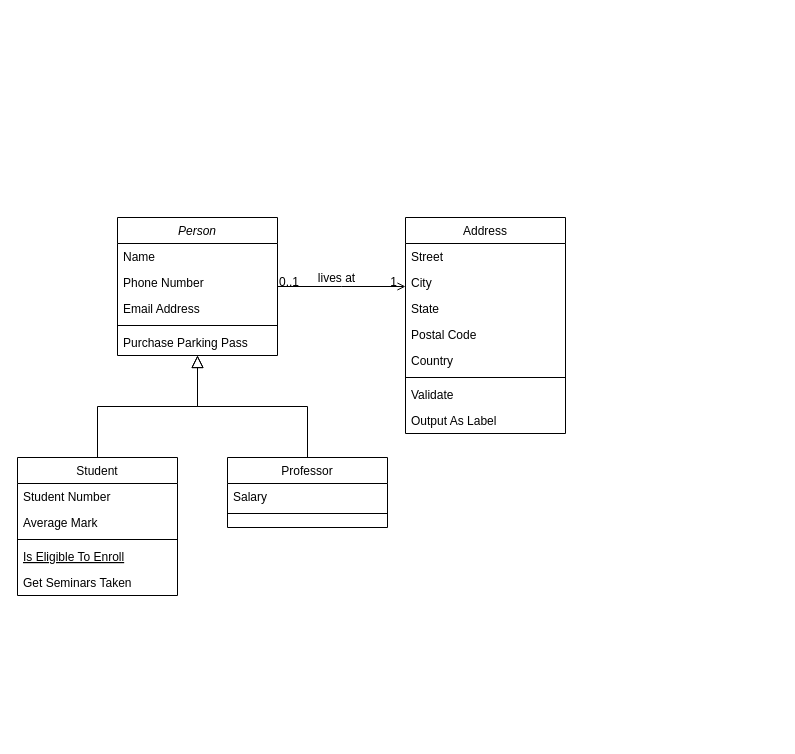
Before: Singleton Pattern/单例模式.drawio in xiongwei233/Design-Patterns, a draw.io diagram. Source tidied: cells renumbered, new cells numbered last; positions are measured from the earlier drawing's top-left corner, leaving out a move shared by most shapes. Both pictures are drawn from the tidied source at 100%, with x=0, y=0 at pixel (17, 217).
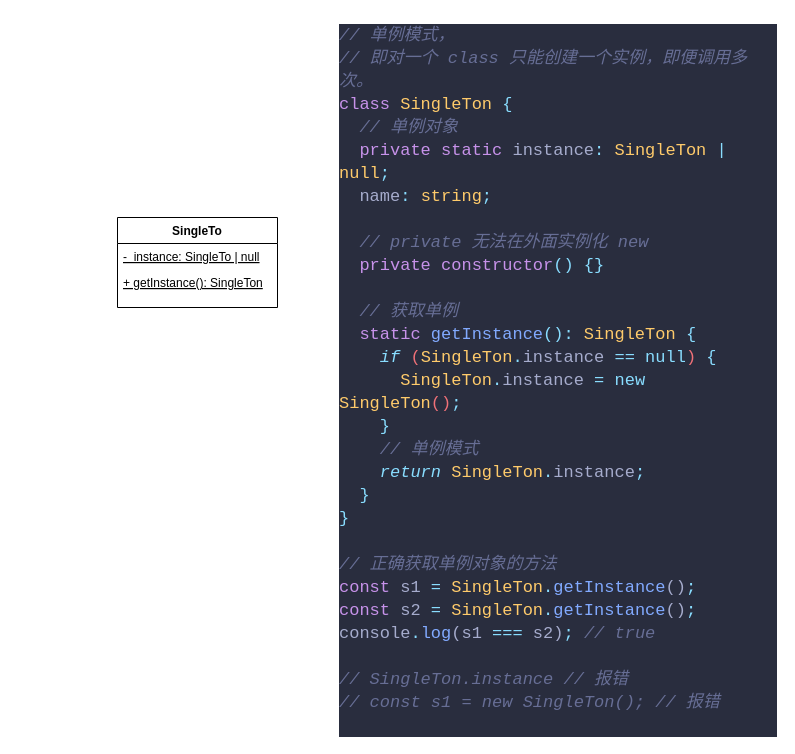
The same page after the edit.

Commit message:
更新单例模式.drawio

What changed in the source:
```diff
@@
-    <mxCell id="2" value="Person" style="swimlane;fontStyle=2;align=center;verticalAlign=top;horizontal=1;startSize=26;rounded=0;shadow=0;strokeWidth=1;" parent="1" vertex="1">
-      <mxGeometry x="100" width="160" height="138" as="geometry" />
+    <mxCell id="2" value="SingleTo" style="swimlane;fontStyle=1;align=center;verticalAlign=top;horizontal=1;startSize=26;rounded=0;shadow=0;strokeWidth=1;" parent="1" vertex="1">
+      <mxGeometry x="100" width="160" height="90" as="geometry" />
     </mxCell>
-    <mxCell id="3" value="Name" style="text;align=left;verticalAlign=top;spacingLeft=4;spacingRight=4;overflow=hidden;" parent="2" vertex="1">
+    <mxCell id="3" value="-  instance: SingleTo | null" style="text;align=left;verticalAlign=top;spacingLeft=4;spacingRight=4;overflow=hidden;fontStyle=4;" parent="2" vertex="1">
       <mxGeometry y="26" width="160" height="26" as="geometry" />
     </mxCell>
-    <mxCell id="4" value="Phone Number" style="text;align=left;verticalAlign=top;spacingLeft=4;spacingRight=4;overflow=hidden;rounded=0;shadow=0;html=0;" parent="2" vertex="1">
+    <mxCell id="4" value="+ getInstance(): SingleTon" style="text;align=left;verticalAlign=top;spacingLeft=4;spacingRight=4;overflow=hidden;rounded=0;shadow=0;html=0;fontStyle=4;" parent="2" vertex="1">
       <mxGeometry y="52" width="160" height="26" as="geometry" />
     </mxCell>
-    <mxCell id="5" value="Email Address" style="text;align=left;verticalAlign=top;spacingLeft=4;spacingRight=4;overflow=hidden;rounded=0;shadow=0;html=0;" parent="2" vertex="1">
-      <mxGeometry y="78" width="160" height="26" as="geometry" />
-    </mxCell>
-    <mxCell id="6" style="line;html=1;strokeWidth=1;align=left;verticalAlign=middle;spacingTop=-1;spacingLeft=3;spacingRight=3;labelPosition=right;" parent="2" vertex="1">
-      <mxGeometry y="104" width="160" height="8" as="geometry" />
-    </mxCell>
-    <mxCell id="7" value="Purchase Parking Pass" style="text;align=left;verticalAlign=top;spacingLeft=4;spacingRight=4;overflow=hidden;" parent="2" vertex="1">
-      <mxGeometry y="112" width="160" height="26" as="geometry" />
-    </mxCell>
-    <mxCell id="8" value="Student" style="swimlane;fontStyle=0;align=center;verticalAlign=top;horizontal=1;startSize=26;rounded=0;shadow=0;strokeWidth=1;" parent="1" vertex="1">
-      <mxGeometry y="240" width="160" height="138" as="geometry" />
-    </mxCell>
-    <mxCell id="9" value="Student Number" style="text;align=left;verticalAlign=top;spacingLeft=4;spacingRight=4;overflow=hidden;" parent="8" vertex="1">
-      <mxGeometry y="26" width="160" height="26" as="geometry" />
-    </mxCell>
-    <mxCell id="10" value="Average Mark" style="text;align=left;verticalAlign=top;spacingLeft=4;spacingRight=4;overflow=hidden;rounded=0;shadow=0;html=0;" parent="8" vertex="1">
-      <mxGeometry y="52" width="160" height="26" as="geometry" />
-    </mxCell>
-    <mxCell id="11" style="line;html=1;strokeWidth=1;align=left;verticalAlign=middle;spacingTop=-1;spacingLeft=3;spacingRight=3;labelPosition=right;" parent="8" vertex="1">
-      <mxGeometry y="78" width="160" height="8" as="geometry" />
-    </mxCell>
-    <mxCell id="12" value="Is Eligible To Enroll" style="text;align=left;verticalAlign=top;spacingLeft=4;spacingRight=4;overflow=hidden;fontStyle=4;" parent="8" vertex="1">
-      <mxGeometry y="86" width="160" height="26" as="geometry" />
-    </mxCell>
-    <mxCell id="13" value="Get Seminars Taken" style="text;align=left;verticalAlign=top;spacingLeft=4;spacingRight=4;overflow=hidden;" parent="8" vertex="1">
-      <mxGeometry y="112" width="160" height="26" as="geometry" />
-    </mxCell>
-    <mxCell id="14" style="endArrow=block;endSize=10;endFill=0;shadow=0;strokeWidth=1;rounded=0;edgeStyle=elbowEdgeStyle;elbow=vertical;" parent="1" edge="1" source="8" target="2">
-      <mxGeometry relative="1" as="geometry" />
-    </mxCell>
-    <mxCell id="15" value="Professor" style="swimlane;fontStyle=0;align=center;verticalAlign=top;horizontal=1;startSize=26;rounded=0;shadow=0;strokeWidth=1;" parent="1" vertex="1">
-      <mxGeometry x="210" y="240" width="160" height="70" as="geometry" />
-    </mxCell>
-    <mxCell id="16" value="Salary" style="text;align=left;verticalAlign=top;spacingLeft=4;spacingRight=4;overflow=hidden;" parent="15" vertex="1">
-      <mxGeometry y="26" width="160" height="26" as="geometry" />
-    </mxCell>
-    <mxCell id="17" style="line;html=1;strokeWidth=1;align=left;verticalAlign=middle;spacingTop=-1;spacingLeft=3;spacingRight=3;labelPosition=right;" parent="15" vertex="1">
-      <mxGeometry y="52" width="160" height="8" as="geometry" />
-    </mxCell>
-    <mxCell id="18" style="endArrow=block;endSize=10;endFill=0;shadow=0;strokeWidth=1;rounded=0;edgeStyle=elbowEdgeStyle;elbow=vertical;" parent="1" edge="1" source="15" target="2">
-      <mxGeometry relative="1" as="geometry" />
-    </mxCell>
-    <mxCell id="19" value="Address" style="swimlane;fontStyle=0;align=center;verticalAlign=top;horizontal=1;startSize=26;rounded=0;shadow=0;strokeWidth=1;" parent="1" vertex="1">
-      <mxGeometry x="388" width="160" height="216" as="geometry" />
-    </mxCell>
-    <mxCell id="20" value="Street" style="text;align=left;verticalAlign=top;spacingLeft=4;spacingRight=4;overflow=hidden;" parent="19" vertex="1">
-      <mxGeometry y="26" width="160" height="26" as="geometry" />
-    </mxCell>
-    <mxCell id="21" value="City" style="text;align=left;verticalAlign=top;spacingLeft=4;spacingRight=4;overflow=hidden;rounded=0;shadow=0;html=0;" parent="19" vertex="1">
-      <mxGeometry y="52" width="160" height="26" as="geometry" />
-    </mxCell>
-    <mxCell id="22" value="State" style="text;align=left;verticalAlign=top;spacingLeft=4;spacingRight=4;overflow=hidden;rounded=0;shadow=0;html=0;" parent="19" vertex="1">
-      <mxGeometry y="78" width="160" height="26" as="geometry" />
-    </mxCell>
-    <mxCell id="23" value="Postal Code" style="text;align=left;verticalAlign=top;spacingLeft=4;spacingRight=4;overflow=hidden;rounded=0;shadow=0;html=0;" parent="19" vertex="1">
-      <mxGeometry y="104" width="160" height="26" as="geometry" />
-    </mxCell>
-    <mxCell id="24" value="Country" style="text;align=left;verticalAlign=top;spacingLeft=4;spacingRight=4;overflow=hidden;rounded=0;shadow=0;html=0;" parent="19" vertex="1">
-      <mxGeometry y="130" width="160" height="26" as="geometry" />
-    </mxCell>
-    <mxCell id="25" style="line;html=1;strokeWidth=1;align=left;verticalAlign=middle;spacingTop=-1;spacingLeft=3;spacingRight=3;labelPosition=right;" parent="19" vertex="1">
-      <mxGeometry y="156" width="160" height="8" as="geometry" />
-    </mxCell>
-    <mxCell id="26" value="Validate" style="text;align=left;verticalAlign=top;spacingLeft=4;spacingRight=4;overflow=hidden;" parent="19" vertex="1">
-      <mxGeometry y="164" width="160" height="26" as="geometry" />
-    </mxCell>
-    <mxCell id="27" value="Output As Label" style="text;align=left;verticalAlign=top;spacingLeft=4;spacingRight=4;overflow=hidden;" parent="19" vertex="1">
-      <mxGeometry y="190" width="160" height="26" as="geometry" />
-    </mxCell>
-    <mxCell id="28" style="endArrow=open;shadow=0;strokeWidth=1;rounded=0;endFill=1;edgeStyle=elbowEdgeStyle;elbow=vertical;" parent="1" edge="1" source="2" target="19">
-      <mxGeometry x="0.5" y="41" relative="1" as="geometry">
-        <mxPoint x="-40" y="32" as="offset" />
-      </mxGeometry>
-    </mxCell>
-    <mxCell id="29" value="0..1" style="align=left;verticalAlign=bottom;labelBackgroundColor=none;fontSize=12;" parent="28" vertex="1">
-      <mxGeometry x="-1" relative="1" as="geometry">
-        <mxPoint y="4" as="offset" />
-      </mxGeometry>
-    </mxCell>
-    <mxCell id="30" value="1" style="align=right;verticalAlign=bottom;labelBackgroundColor=none;fontSize=12;" parent="28" vertex="1">
-      <mxGeometry x="1" relative="1" as="geometry">
-        <mxPoint x="-7" y="4" as="offset" />
-      </mxGeometry>
-    </mxCell>
-    <mxCell id="31" value="lives at" style="text;html=1;align=center;verticalAlign=middle;labelBackgroundColor=none;rounded=0;shadow=0;strokeWidth=1;fontSize=12;" parent="28" vertex="1">
-      <mxGeometry x="0.5" y="49" relative="1" as="geometry">
-        <mxPoint x="-38" y="40" as="offset" />
-      </mxGeometry>
-    </mxCell>
+    <mxCell id="32" value="&lt;div style=&quot;color: rgb(166, 172, 205); background-color: rgb(41, 45, 62); font-family: Consolas, &amp;quot;Courier New&amp;quot;, monospace; font-weight: normal; font-size: 17px; line-height: 23px;&quot;&gt;&lt;div&gt;&lt;span style=&quot;color: #676e95;font-style: italic;&quot;&gt;// 单例模式，&lt;/span&gt;&lt;/div&gt;&lt;div&gt;&lt;span style=&quot;color: #676e95;font-style: italic;&quot;&gt;// 即对一个 class 只能创建一个实例，即便调用多次。&lt;/span&gt;&lt;/div&gt;&lt;div&gt;&lt;span style=&quot;color: #c792ea;&quot;&gt;class&lt;/span&gt;&lt;span style=&quot;color: #a6accd;&quot;&gt; &lt;/span&gt;&lt;span style=&quot;color: #ffcb6b;&quot;&gt;SingleTon&lt;/span&gt;&lt;span style=&quot;color: #a6accd;&quot;&gt; &lt;/span&gt;&lt;span style=&quot;color: #89ddff;&quot;&gt;{&lt;/span&gt;&lt;/div&gt;&lt;div&gt;&lt;span style=&quot;color: #89ddff;&quot;&gt;&amp;nbsp; &lt;/span&gt;&lt;span style=&quot;color: #676e95;font-style: italic;&quot;&gt;// 单例对象&lt;/span&gt;&lt;/div&gt;&lt;div&gt;&lt;span style=&quot;color: #a6accd;&quot;&gt;&amp;nbsp; &lt;/span&gt;&lt;span style=&quot;color: #c792ea;&quot;&gt;private&lt;/span&gt;&lt;span style=&quot;color: #a6accd;&quot;&gt; &lt;/span&gt;&lt;span style=&quot;color: #c792ea;&quot;&gt;static&lt;/span&gt;&lt;span style=&quot;color: #a6accd;&quot;&gt; &lt;/span&gt;&lt;span style=&quot;color: #a6accd;&quot;&gt;instance&lt;/span&gt;&lt;span style=&quot;color: #89ddff;&quot;&gt;:&lt;/span&gt;&lt;span style=&quot;color: #a6accd;&quot;&gt; &lt;/span&gt;&lt;span style=&quot;color: #ffcb6b;&quot;&gt;SingleTon&lt;/span&gt;&lt;span style=&quot;color: #a6accd;&quot;&gt; &lt;/span&gt;&lt;span style=&quot;color: #89ddff;&quot;&gt;|&lt;/span&gt;&lt;span style=&quot;color: #a6accd;&quot;&gt; &lt;/span&gt;&lt;span style=&quot;color: #ffcb6b;&quot;&gt;null&lt;/span&gt;&lt;span style=&quot;color: #89ddff;&quot;&gt;;&lt;/span&gt;&lt;/div&gt;&lt;div&gt;&lt;span style=&quot;color: #a6accd;&quot;&gt;&amp;nbsp; &lt;/span&gt;&lt;span style=&quot;color: #a6accd;&quot;&gt;name&lt;/span&gt;&lt;span style=&quot;color: #89ddff;&quot;&gt;:&lt;/span&gt;&lt;span style=&quot;color: #a6accd;&quot;&gt; &lt;/span&gt;&lt;span style=&quot;color: #ffcb6b;&quot;&gt;string&lt;/span&gt;&lt;span style=&quot;color: #89ddff;&quot;&gt;;&lt;/span&gt;&lt;/div&gt;&lt;br&gt;&lt;div&gt;&lt;span style=&quot;color: #89ddff;&quot;&gt;&amp;nbsp; &lt;/span&gt;&lt;span style=&quot;color: #676e95;font-style: italic;&quot;&gt;// private 无法在外面实例化 new&lt;/span&gt;&lt;/div&gt;&lt;div&gt;&lt;span style=&quot;color: #a6accd;&quot;&gt;&amp;nbsp; &lt;/span&gt;&lt;span style=&quot;color: #c792ea;&quot;&gt;private&lt;/span&gt;&lt;span style=&quot;color: #a6accd;&quot;&gt; &lt;/span&gt;&lt;span style=&quot;color: #c792ea;&quot;&gt;constructor&lt;/span&gt;&lt;span style=&quot;color: #89ddff;&quot;&gt;()&lt;/span&gt;&lt;span style=&quot;color: #a6accd;&quot;&gt; &lt;/span&gt;&lt;span style=&quot;color: #89ddff;&quot;&gt;{}&lt;/span&gt;&lt;/div&gt;&lt;br&gt;&lt;div&gt;&lt;span style=&quot;color: #89ddff;&quot;&gt;&amp;nbsp; &lt;/span&gt;&lt;span style=&quot;color: #676e95;font-style: italic;&quot;&gt;// 获取单例&lt;/span&gt;&lt;/div&gt;&lt;div&gt;&lt;span style=&quot;color: #a6accd;&quot;&gt;&amp;nbsp; &lt;/span&gt;&lt;span style=&quot;color: #c792ea;&quot;&gt;static&lt;/span&gt;&lt;span style=&quot;color: #a6accd;&quot;&gt; &lt;/span&gt;&lt;span style=&quot;color: #82aaff;&quot;&gt;getInstance&lt;/span&gt;&lt;span style=&quot;color: #89ddff;&quot;&gt;():&lt;/span&gt;&lt;span style=&quot;color: #a6accd;&quot;&gt; &lt;/span&gt;&lt;span style=&quot;color: #ffcb6b;&quot;&gt;SingleTon&lt;/span&gt;&lt;span style=&quot;color: #a6accd;&quot;&gt; &lt;/span&gt;&lt;span style=&quot;color: #89ddff;&quot;&gt;{&lt;/span&gt;&lt;/div&gt;&lt;div&gt;&lt;span style=&quot;color: #f07178;&quot;&gt;&amp;nbsp; &amp;nbsp; &lt;/span&gt;&lt;span style=&quot;color: #89ddff;font-style: italic;&quot;&gt;if&lt;/span&gt;&lt;span style=&quot;color: #f07178;&quot;&gt; (&lt;/span&gt;&lt;span style=&quot;color: #ffcb6b;&quot;&gt;SingleTon&lt;/span&gt;&lt;span style=&quot;color: #89ddff;&quot;&gt;.&lt;/span&gt;&lt;span style=&quot;color: #a6accd;&quot;&gt;instance&lt;/span&gt;&lt;span style=&quot;color: #f07178;&quot;&gt; &lt;/span&gt;&lt;span style=&quot;color: #89ddff;&quot;&gt;==&lt;/span&gt;&lt;span style=&quot;color: #f07178;&quot;&gt; &lt;/span&gt;&lt;span style=&quot;color: #89ddff;&quot;&gt;null&lt;/span&gt;&lt;span style=&quot;color: #f07178;&quot;&gt;) &lt;/span&gt;&lt;span style=&quot;color: #89ddff;&quot;&gt;{&lt;/span&gt;&lt;/div&gt;&lt;div&gt;&lt;span style=&quot;color: #f07178;&quot;&gt;&amp;nbsp; &amp;nbsp; &amp;nbsp; &lt;/span&gt;&lt;span style=&quot;color: #ffcb6b;&quot;&gt;SingleTon&lt;/span&gt;&lt;span style=&quot;color: #89ddff;&quot;&gt;.&lt;/span&gt;&lt;span style=&quot;color: #a6accd;&quot;&gt;instance&lt;/span&gt;&lt;span style=&quot;color: #f07178;&quot;&gt; &lt;/span&gt;&lt;span style=&quot;color: #89ddff;&quot;&gt;=&lt;/span&gt;&lt;span style=&quot;color: #f07178;&quot;&gt; &lt;/span&gt;&lt;span style=&quot;color: #89ddff;&quot;&gt;new&lt;/span&gt;&lt;span style=&quot;color: #f07178;&quot;&gt; &lt;/span&gt;&lt;span style=&quot;color: #ffcb6b;&quot;&gt;SingleTon&lt;/span&gt;&lt;span style=&quot;color: #f07178;&quot;&gt;()&lt;/span&gt;&lt;span style=&quot;color: #89ddff;&quot;&gt;;&lt;/span&gt;&lt;/div&gt;&lt;div&gt;&lt;span style=&quot;color: #f07178;&quot;&gt;&amp;nbsp; &amp;nbsp; &lt;/span&gt;&lt;span style=&quot;color: #89ddff;&quot;&gt;}&lt;/span&gt;&lt;/div&gt;&lt;div&gt;&lt;span style=&quot;color: #89ddff;&quot;&gt;&amp;nbsp; &amp;nbsp; &lt;/span&gt;&lt;span style=&quot;color: #676e95;font-style: italic;&quot;&gt;// 单例模式&lt;/span&gt;&lt;/div&gt;&lt;div&gt;&lt;span style=&quot;color: #f07178;&quot;&gt;&amp;nbsp; &amp;nbsp; &lt;/span&gt;&lt;span style=&quot;color: #89ddff;font-style: italic;&quot;&gt;return&lt;/span&gt;&lt;span style=&quot;color: #f07178;&quot;&gt; &lt;/span&gt;&lt;span style=&quot;color: #ffcb6b;&quot;&gt;SingleTon&lt;/span&gt;&lt;span style=&quot;color: #89ddff;&quot;&gt;.&lt;/span&gt;&lt;span style=&quot;color: #a6accd;&quot;&gt;instance&lt;/span&gt;&lt;span style=&quot;color: #89ddff;&quot;&gt;;&lt;/span&gt;&lt;/div&gt;&lt;div&gt;&lt;span style=&quot;color: #f07178;&quot;&gt;&amp;nbsp; &lt;/span&gt;&lt;span style=&quot;color: #89ddff;&quot;&gt;}&lt;/span&gt;&lt;/div&gt;&lt;div&gt;&lt;span style=&quot;color: #89ddff;&quot;&gt;}&lt;/span&gt;&lt;/div&gt;&lt;div&gt;&lt;span style=&quot;color: #89ddff;&quot;&gt;&lt;br&gt;&lt;/span&gt;&lt;/div&gt;&lt;span style=&quot;color: rgb(103, 110, 149); font-style: italic;&quot;&gt;// 正确获取单例对象的方法&lt;/span&gt;&lt;br&gt;&lt;div&gt;&lt;span style=&quot;color: #c792ea;&quot;&gt;const&lt;/span&gt;&lt;span style=&quot;color: #a6accd;&quot;&gt; &lt;/span&gt;&lt;span style=&quot;color: #a6accd;&quot;&gt;s1&lt;/span&gt;&lt;span style=&quot;color: #a6accd;&quot;&gt; &lt;/span&gt;&lt;span style=&quot;color: #89ddff;&quot;&gt;=&lt;/span&gt;&lt;span style=&quot;color: #a6accd;&quot;&gt; &lt;/span&gt;&lt;span style=&quot;color: #ffcb6b;&quot;&gt;SingleTon&lt;/span&gt;&lt;span style=&quot;color: #89ddff;&quot;&gt;.&lt;/span&gt;&lt;span style=&quot;color: #82aaff;&quot;&gt;getInstance&lt;/span&gt;&lt;span style=&quot;color: #a6accd;&quot;&gt;()&lt;/span&gt;&lt;span style=&quot;color: #89ddff;&quot;&gt;;&lt;/span&gt;&lt;span style=&quot;color: #a6accd;&quot;&gt;&amp;nbsp;&lt;/span&gt;&lt;/div&gt;&lt;div&gt;&lt;span style=&quot;color: #c792ea;&quot;&gt;const&lt;/span&gt;&lt;span style=&quot;color: #a6accd;&quot;&gt; &lt;/span&gt;&lt;span style=&quot;color: #a6accd;&quot;&gt;s2&lt;/span&gt;&lt;span style=&quot;color: #a6accd;&quot;&gt; &lt;/span&gt;&lt;span style=&quot;color: #89ddff;&quot;&gt;=&lt;/span&gt;&lt;span style=&quot;color: #a6accd;&quot;&gt; &lt;/span&gt;&lt;span style=&quot;color: #ffcb6b;&quot;&gt;SingleTon&lt;/span&gt;&lt;span style=&quot;color: #89ddff;&quot;&gt;.&lt;/span&gt;&lt;span style=&quot;color: #82aaff;&quot;&gt;getInstance&lt;/span&gt;&lt;span style=&quot;color: #a6accd;&quot;&gt;()&lt;/span&gt;&lt;span style=&quot;color: #89ddff;&quot;&gt;;&lt;/span&gt;&lt;/div&gt;&lt;div&gt;&lt;span style=&quot;color: #a6accd;&quot;&gt;console&lt;/span&gt;&lt;span style=&quot;color: #89ddff;&quot;&gt;.&lt;/span&gt;&lt;span style=&quot;color: #82aaff;&quot;&gt;log&lt;/span&gt;&lt;span style=&quot;color: #a6accd;&quot;&gt;(&lt;/span&gt;&lt;span style=&quot;color: #a6accd;&quot;&gt;s1&lt;/span&gt;&lt;span style=&quot;color: #a6accd;&quot;&gt; &lt;/span&gt;&lt;span style=&quot;color: #89ddff;&quot;&gt;===&lt;/span&gt;&lt;span style=&quot;color: #a6accd;&quot;&gt; &lt;/span&gt;&lt;span style=&quot;color: #a6accd;&quot;&gt;s2&lt;/span&gt;&lt;span style=&quot;color: #a6accd;&quot;&gt;)&lt;/span&gt;&lt;span style=&quot;color: #89ddff;&quot;&gt;;&lt;/span&gt;&lt;span style=&quot;color: #a6accd;&quot;&gt; &lt;/span&gt;&lt;span style=&quot;color: #676e95;font-style: italic;&quot;&gt;// true&lt;/span&gt;&lt;/div&gt;&lt;br&gt;&lt;div&gt;&lt;span style=&quot;color: #676e95;font-style: italic;&quot;&gt;// SingleTon.instance // 报错&lt;/span&gt;&lt;/div&gt;&lt;div&gt;&lt;span style=&quot;color: #676e95;font-style: italic;&quot;&gt;// const s1 = new SingleTon(); // 报错&lt;/span&gt;&lt;/div&gt;&lt;br&gt;&lt;/div&gt;" style="text;whiteSpace=wrap;html=1;" parent="1" vertex="1">
+      <mxGeometry x="320" y="-200" width="440" height="650" as="geometry" />
+    </mxCell>
```
